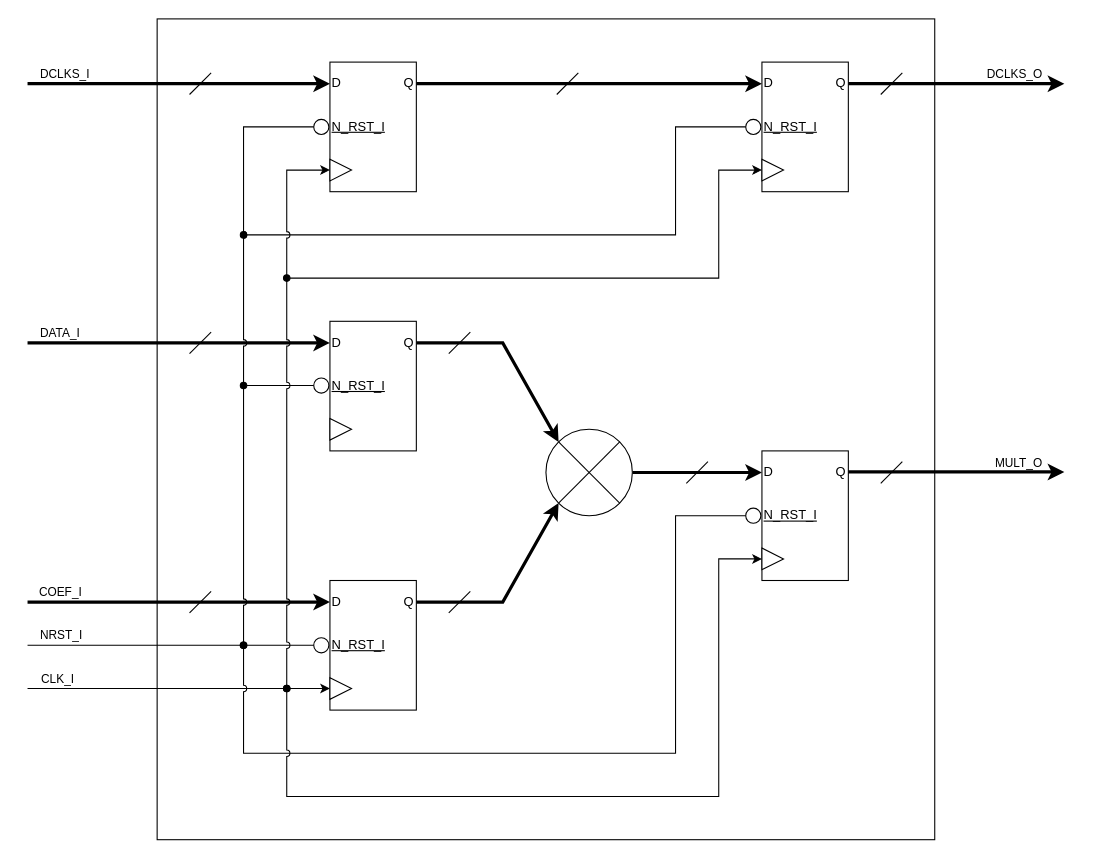
Before: 08_FIREEEE_MULT/Diagrams/Block/FIREEEE_MULT_Block.drawio in AUDIY/FIREEEE, a draw.io diagram. Source tidied: cells renumbered, new cells numbered last; positions are measured from the earlier drawing's top-left corner, leaving out a move shared by most shapes. Both pictures are drawn from the tidied source at 108%, with x=0, y=0 at pixel (27, 18).
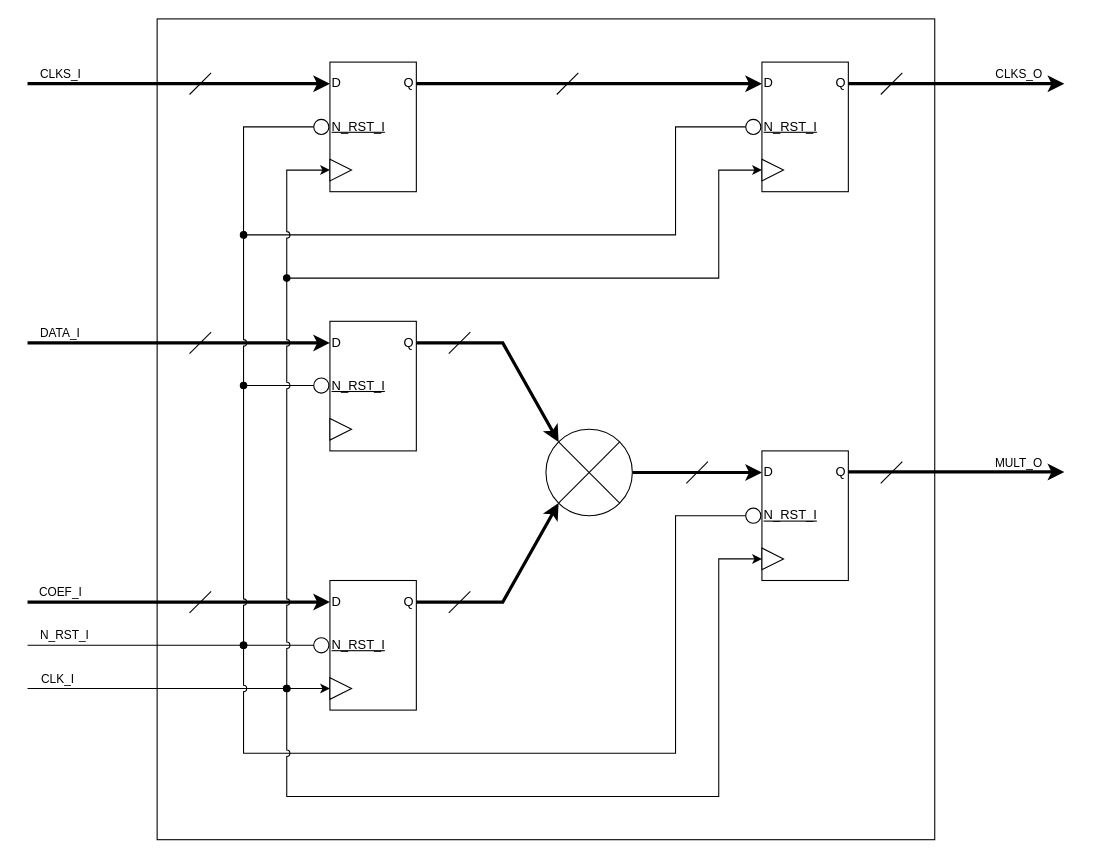
Above is the later version.

Unchanged cells that the change refers to:
```xml
<mxCell id="45" style="endArrow=circle;html=1;rounded=0;entryX=0;entryY=0.5;entryDx=0;entryDy=0;endFill=0;" parent="1" edge="1" target="23">
  <mxGeometry relative="1" as="geometry">
    <mxPoint y="580" as="sourcePoint" />
  </mxGeometry>
</mxCell>
<mxCell id="53" style="endArrow=classic;html=1;rounded=0;strokeWidth=3;entryX=0;entryY=0.5;entryDx=0;entryDy=0;" parent="1" edge="1">
  <mxGeometry relative="1" as="geometry">
    <mxPoint y="60" as="sourcePoint" />
    <mxPoint x="280" y="60" as="targetPoint" />
  </mxGeometry>
</mxCell>
<mxCell id="55" style="endArrow=classic;html=1;rounded=0;strokeWidth=3;" parent="1" edge="1">
  <mxGeometry relative="1" as="geometry">
    <mxPoint x="760" y="60" as="sourcePoint" />
    <mxPoint x="960" y="60" as="targetPoint" />
  </mxGeometry>
</mxCell>
```

Diff of the diagram source:
```diff
@@
-    <mxCell id="46" value="NRST_I" style="edgeLabel;html=1;align=left;verticalAlign=middle;labelBackgroundColor=none;" parent="45" vertex="1">
+    <mxCell id="46" value="N_RST_I" style="edgeLabel;html=1;align=left;verticalAlign=middle;labelBackgroundColor=none;" parent="45" vertex="1">
       <mxGeometry x="-0.78" y="-1" relative="1" as="geometry">
         <mxPoint x="-21" y="-11" as="offset" />
       </mxGeometry>
     </mxCell>
@@
-    <mxCell id="54" value="DCLKS_I" style="edgeLabel;html=1;align=left;verticalAlign=middle;labelBackgroundColor=none;" parent="53" vertex="1">
+    <mxCell id="54" value="CLKS_I" style="edgeLabel;html=1;align=left;verticalAlign=middle;labelBackgroundColor=none;" parent="53" vertex="1">
       <mxGeometry x="-0.85" y="1" relative="1" as="geometry">
         <mxPoint x="-11" y="-9" as="offset" />
       </mxGeometry>
     </mxCell>
@@
-    <mxCell id="56" value="DCLKS_O" style="edgeLabel;html=1;align=right;verticalAlign=middle;labelBackgroundColor=none;" parent="55" vertex="1">
+    <mxCell id="56" value="CLKS_O" style="edgeLabel;html=1;align=right;verticalAlign=middle;labelBackgroundColor=none;" parent="55" vertex="1">
       <mxGeometry x="0.61" relative="1" as="geometry">
         <mxPoint x="19" y="-10" as="offset" />
       </mxGeometry>
     </mxCell>
```
